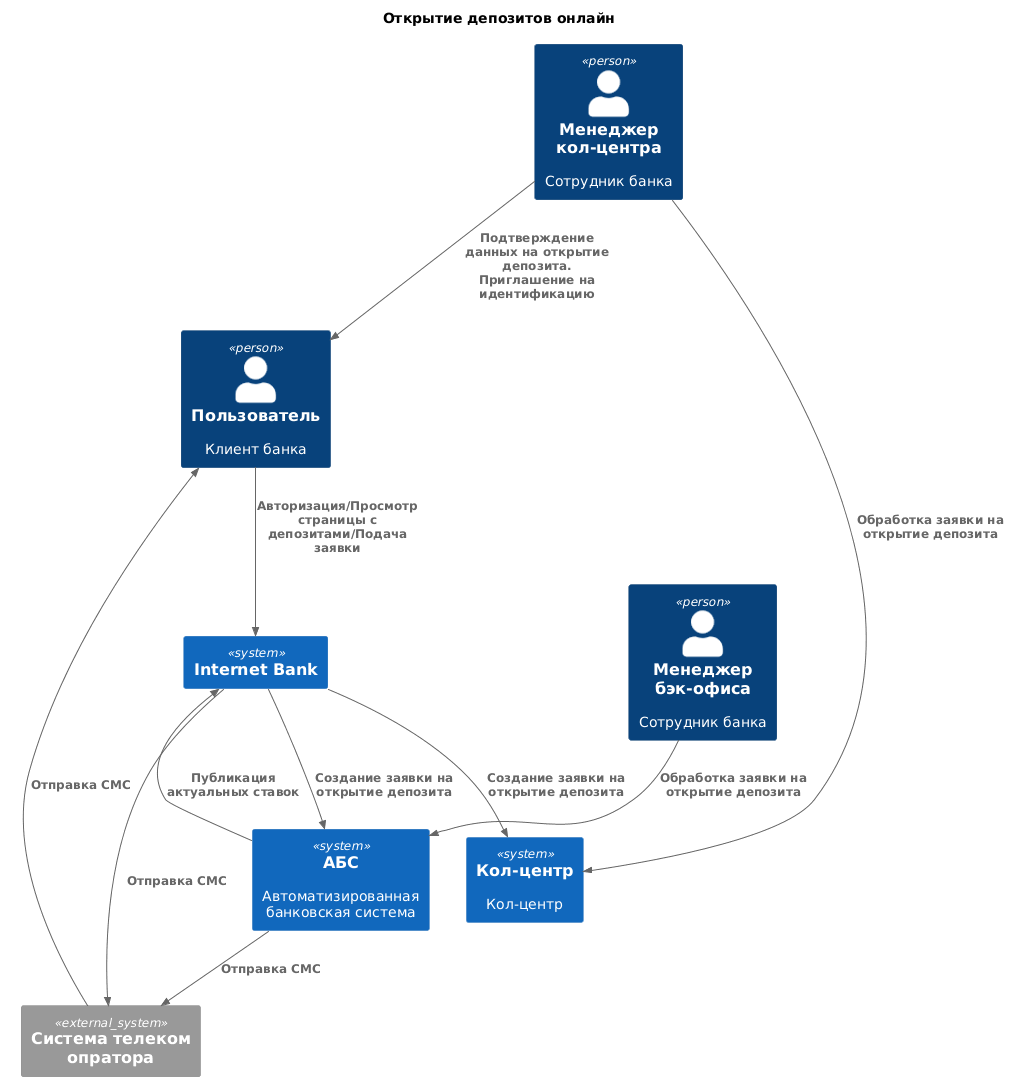
Before: Task_3/c4_context.png, a diagram exported from PlantUML (belyaev-a-g/architecture-standart). Its diagram source:
```plantuml
@startuml
!include <C4/C4_Context>

title Открытие депозитов онлайн

Person(user, "Пользователь", "Клиент банка")
Person(backManager, "Менеджер бэк-офиса", "Сотрудник банка")
Person(callManager, "Менеджер кол-центра", "Сотрудник банка")

System(internetBank, "Internet Bank")
System(abs, "АБС", "Автоматизированная банковская система")
System(callCentre, "Кол-центр", "Кол-центр")

System_Ext(telecom, "Система телеком опратора")

Rel(user, internetBank, "Авторизация/Просмотр страницы с депозитами/Подача заявки")
Rel(internetBank, telecom, "Отправка СМС")
Rel(abs, telecom, "Отправка СМС")
Rel(telecom, user, "Отправка СМС")

Rel(abs, internetBank, "Публикация актуальных ставок")
Rel(internetBank, abs, "Создание заявки на открытие депозита")
Rel(internetBank, callCentre, "Создание заявки на открытие депозита")
Rel(backManager, abs, "Обработка заявки на открытие депозита")
Rel(callManager, callCentre, "Обработка заявки на открытие депозита")
Rel(callManager, user, "Подтверждение данных на открытие депозита. Приглашение на идентификацию")
@enduml
```
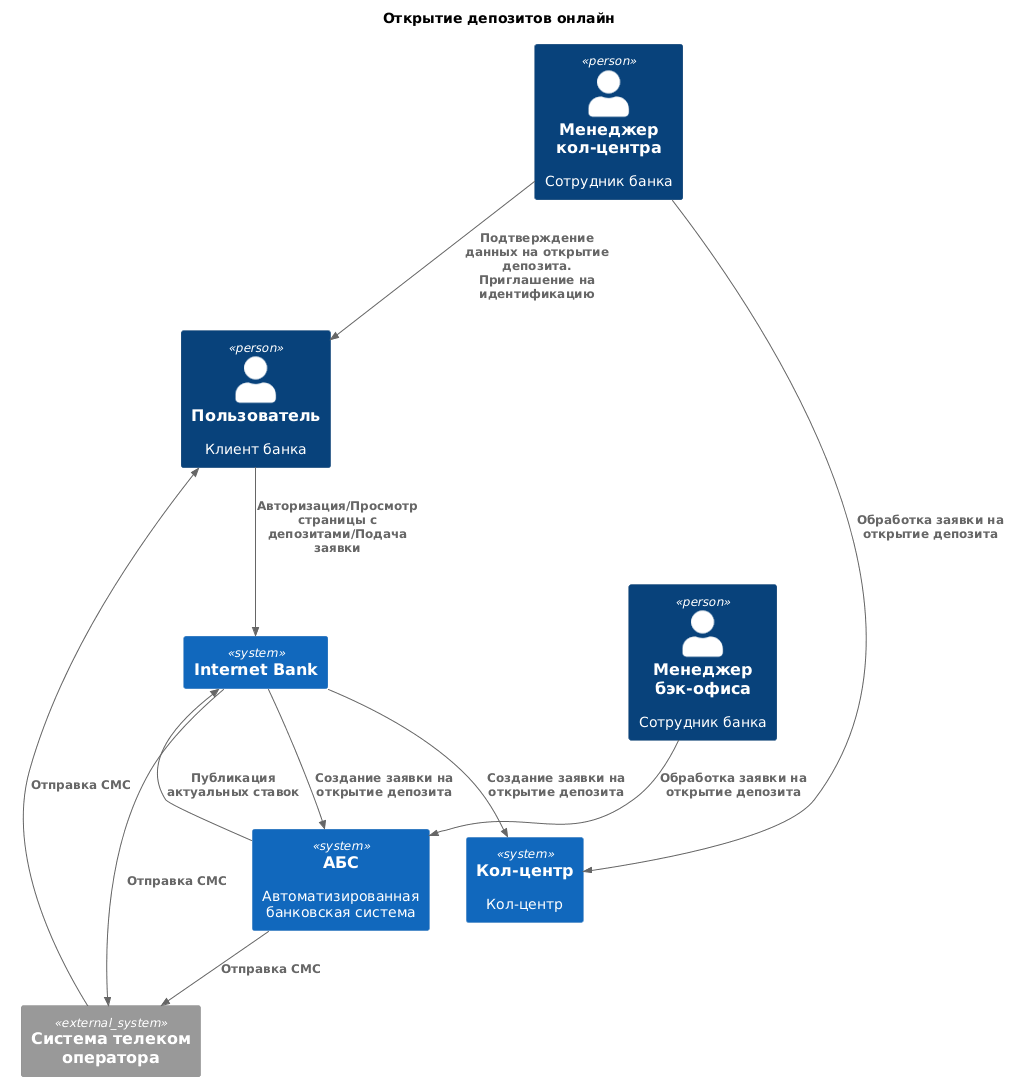
The same file after the commit.

The edit, as a diff of the source:
```diff
@@ -11,7 +11,7 @@
 System(abs, "АБС", "Автоматизированная банковская система")
 System(callCentre, "Кол-центр", "Кол-центр")
 
-System_Ext(telecom, "Система телеком опратора")
+System_Ext(telecom, "Система телеком опeратора")
 
 Rel(user, internetBank, "Авторизация/Просмотр страницы с депозитами/Подача заявки")
 Rel(internetBank, telecom, "Отправка СМС")
```
